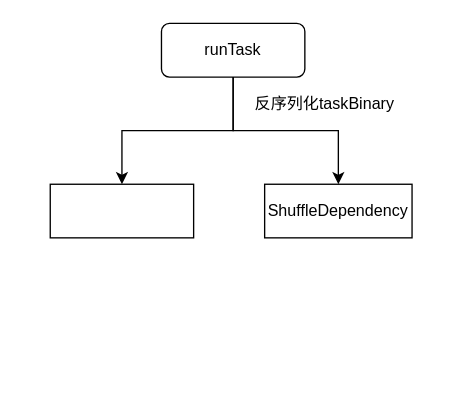
Earlier version of the draw.io diagram ShuffleMapTask.drawio (yugecxy/diagram). Source tidied: cells renumbered, new cells numbered last; positions are measured from the earlier drawing's top-left corner, leaving out a move shared by most shapes. Both pictures are drawn from the tidied source at 134%, with x=0, y=0 at pixel (50, 23).
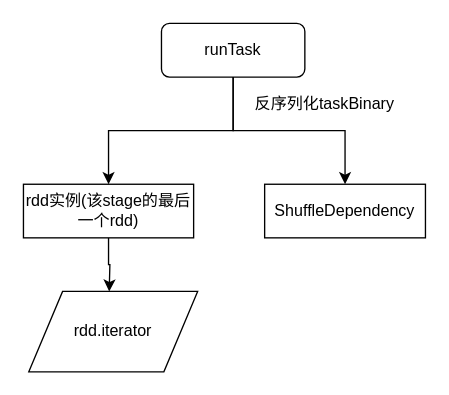
The same diagram, later.

Diff of the diagram source:
```diff
@@
 <mxGraphModel>
   <root>
     <mxCell id="0" />
     <mxCell id="1" parent="0" />
     <mxCell id="2" style="edgeStyle=orthogonalEdgeStyle;rounded=0;jettySize=auto;html=1;exitX=0.5;exitY=1;exitDx=0;exitDy=0;" parent="1" edge="1" source="4" target="6">
       <mxGeometry relative="1" as="geometry" />
     </mxCell>
     <mxCell id="3" style="edgeStyle=orthogonalEdgeStyle;rounded=0;jettySize=auto;html=1;exitX=0.5;exitY=1;exitDx=0;exitDy=0;entryX=0.5;entryY=0;entryDx=0;entryDy=0;" parent="1" edge="1" source="4" target="7">
       <mxGeometry relative="1" as="geometry" />
     </mxCell>
     <mxCell id="4" value="runTask" style="rounded=1;whiteSpace=wrap;html=1;" parent="1" vertex="1">
       <mxGeometry x="83" width="107" height="40" as="geometry" />
     </mxCell>
     <mxCell id="5" value="反序列化taskBinary" style="text;html=1;strokeColor=none;fillColor=none;align=center;verticalAlign=middle;whiteSpace=wrap;rounded=0;" parent="1" vertex="1">
       <mxGeometry x="140" y="50" width="130" height="20" as="geometry" />
     </mxCell>
+    <mxCell id="8" style="edgeStyle=orthogonalEdgeStyle;rounded=0;jettySize=auto;html=1;exitX=0.5;exitY=1;exitDx=0;exitDy=0;" parent="1" edge="1" source="6">
+      <mxGeometry relative="1" as="geometry">
+        <mxPoint x="44" y="200" as="targetPoint" />
+      </mxGeometry>
+    </mxCell>
-    <mxCell id="6" style="rounded=0;whiteSpace=wrap;html=1;" parent="1" vertex="1">
-      <mxGeometry y="120" width="107" height="40" as="geometry" />
+    <mxCell id="6" value="rdd实例(该stage的最后一个rdd)" style="rounded=0;whiteSpace=wrap;html=1;" parent="1" vertex="1">
+      <mxGeometry x="-20" y="120" width="127" height="40" as="geometry" />
     </mxCell>
     <mxCell id="7" value="&lt;span&gt;ShuffleDependency&lt;/span&gt;" style="rounded=0;whiteSpace=wrap;html=1;" parent="1" vertex="1">
-      <mxGeometry x="160" y="120" width="110" height="40" as="geometry" />
+      <mxGeometry x="160" y="120" width="120" height="40" as="geometry" />
     </mxCell>
+    <mxCell id="9" value="&lt;span&gt;rdd.iterator&lt;/span&gt;" style="shape=parallelogram;perimeter=parallelogramPerimeter;whiteSpace=wrap;html=1;" parent="1" vertex="1">
+      <mxGeometry x="-16" y="200" width="126" height="60" as="geometry" />
+    </mxCell>
   </root>
 </mxGraphModel>
```
